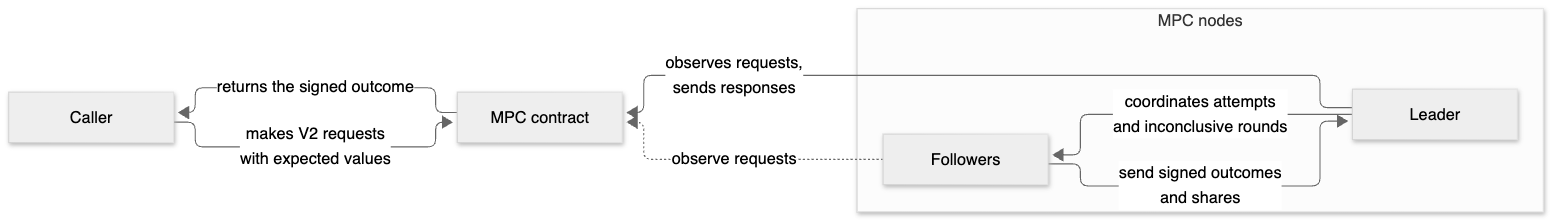
Before: docs/design/signed-foreign-transaction-outcomes/attachments/overview.png, a diagram exported from Mermaid (near/mpc). Its source is kept beside it as docs/design/signed-foreign-transaction-outcomes/attachments/overview.mmd.
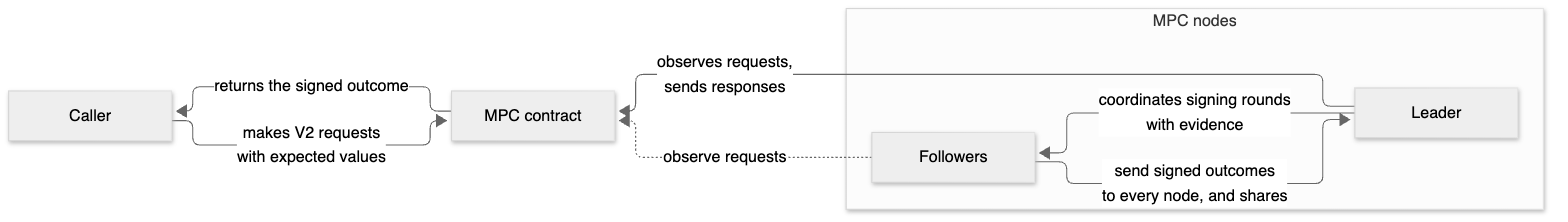
After the change.

Commit message:
docs: collect signed node outcomes before signing in the signed outcomes design

What changed in the source:
```diff
@@ -2,8 +2,8 @@
     C["Caller"] -->|"makes V2 requests<br/>with expected values"| K["MPC contract"]
     K -->|"returns the signed outcome"| C
     subgraph N["MPC nodes"]
-        L["Leader"] -->|"coordinates attempts<br/>and inconclusive rounds"| F["Followers"]
-        F -->|"send signed outcomes<br/>and shares"| L
+        L["Leader"] -->|"coordinates signing rounds<br/>with evidence"| F["Followers"]
+        F -->|"send signed outcomes<br/>to every node, and shares"| L
     end
     L -->|"observes requests,<br/>sends responses"| K
     F -.->|"observe requests"| K
```
